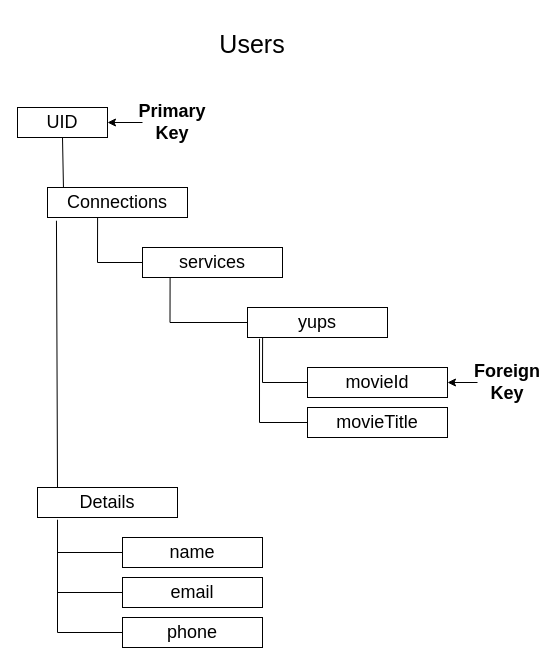
Earlier version of the draw.io diagram page "Page-1" (1 of 7) of DIagrams.drawio (mathewpenny/MovieMatchV2). Source tidied: cells renumbered, new cells numbered last; positions are measured from the earlier drawing's top-left corner, leaving out a move shared by most shapes. Both pictures are drawn from the tidied source at 100%, with x=0, y=0 at pixel (17, 17).
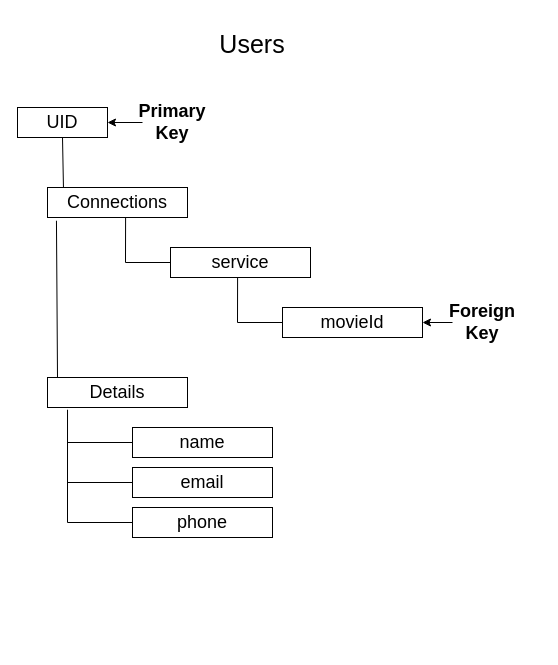
After the change.

The change refers to these unchanged cells:
```xml
<mxCell id="5" value="Connections" style="rounded=0;whiteSpace=wrap;html=1;fontSize=18;fontColor=none;" parent="1" vertex="1">
  <mxGeometry x="30" y="170" width="140" height="30" as="geometry" />
</mxCell>
```

Change to the diagram source:
```diff
@@
     <mxCell id="4" value="Details" style="rounded=0;whiteSpace=wrap;html=1;fontSize=18;fontColor=none;" parent="1" vertex="1">
-      <mxGeometry x="20" y="470" width="140" height="30" as="geometry" />
+      <mxGeometry x="30" y="360" width="140" height="30" as="geometry" />
     </mxCell>
@@
     <mxCell id="7" value="name" style="rounded=0;whiteSpace=wrap;html=1;fontSize=18;fontColor=none;" parent="1" vertex="1">
-      <mxGeometry x="105" y="520" width="140" height="30" as="geometry" />
+      <mxGeometry x="115" y="410" width="140" height="30" as="geometry" />
     </mxCell>
     <mxCell id="8" value="email" style="rounded=0;whiteSpace=wrap;html=1;fontSize=18;fontColor=none;" parent="1" vertex="1">
-      <mxGeometry x="105" y="560" width="140" height="30" as="geometry" />
+      <mxGeometry x="115" y="450" width="140" height="30" as="geometry" />
     </mxCell>
     <mxCell id="9" value="phone" style="rounded=0;whiteSpace=wrap;html=1;fontSize=18;fontColor=none;" parent="1" vertex="1">
-      <mxGeometry x="105" y="600" width="140" height="30" as="geometry" />
+      <mxGeometry x="115" y="490" width="140" height="30" as="geometry" />
     </mxCell>
     <mxCell id="10" style="endArrow=none;html=1;rounded=0;fontSize=18;fontColor=none;entryX=0.064;entryY=1.108;entryDx=0;entryDy=0;entryPerimeter=0;" parent="1" edge="1" target="5">
       <mxGeometry relative="1" as="geometry">
-        <mxPoint x="40" y="470" as="sourcePoint" />
+        <mxPoint x="40" y="360" as="sourcePoint" />
       </mxGeometry>
     </mxCell>
     <mxCell id="11" style="endArrow=none;html=1;rounded=0;fontSize=18;fontColor=none;entryX=0.143;entryY=1.075;entryDx=0;entryDy=0;entryPerimeter=0;exitX=0;exitY=0.5;exitDx=0;exitDy=0;" parent="1" edge="1" source="9" target="4">
       <mxGeometry relative="1" as="geometry">
         <Array as="points">
-          <mxPoint x="40" y="615" />
+          <mxPoint x="50" y="505" />
         </Array>
       </mxGeometry>
     </mxCell>
-    <mxCell id="12" value="services" style="rounded=0;whiteSpace=wrap;html=1;fontSize=18;fontColor=none;" parent="1" vertex="1">
-      <mxGeometry x="125" y="230" width="140" height="30" as="geometry" />
-    </mxCell>
-    <mxCell id="13" value="yups" style="rounded=0;whiteSpace=wrap;html=1;fontSize=18;fontColor=none;" parent="1" vertex="1">
-      <mxGeometry x="230" y="290" width="140" height="30" as="geometry" />
-    </mxCell>
     <mxCell id="14" value="movieId" style="rounded=0;whiteSpace=wrap;html=1;fontSize=18;fontColor=none;" parent="1" vertex="1">
-      <mxGeometry x="290" y="350" width="140" height="30" as="geometry" />
+      <mxGeometry x="265" y="290" width="140" height="30" as="geometry" />
     </mxCell>
-    <mxCell id="15" value="movieTitle" style="rounded=0;whiteSpace=wrap;html=1;fontSize=18;fontColor=none;" parent="1" vertex="1">
-      <mxGeometry x="290" y="390" width="140" height="30" as="geometry" />
-    </mxCell>
-    <mxCell id="16" style="endArrow=none;html=1;rounded=0;fontSize=18;fontColor=none;entryX=0.086;entryY=1.042;entryDx=0;entryDy=0;entryPerimeter=0;exitX=0;exitY=0.5;exitDx=0;exitDy=0;" parent="1" edge="1" source="15" target="13">
-      <mxGeometry relative="1" as="geometry">
-        <Array as="points">
-          <mxPoint x="242" y="405" />
-        </Array>
-      </mxGeometry>
-    </mxCell>
-    <mxCell id="17" style="endArrow=none;html=1;rounded=0;fontSize=18;fontColor=none;entryX=0.678;entryY=1.042;entryDx=0;entryDy=0;entryPerimeter=0;exitX=0;exitY=0.5;exitDx=0;exitDy=0;" parent="1" edge="1" source="12">
-      <mxGeometry relative="1" as="geometry">
-        <mxPoint x="80.1" y="200" as="targetPoint" />
-        <Array as="points">
-          <mxPoint x="80" y="245" />
-        </Array>
-      </mxGeometry>
-    </mxCell>
     <mxCell id="18" style="endArrow=none;html=1;rounded=0;fontSize=18;fontColor=none;entryX=0;entryY=0.5;entryDx=0;entryDy=0;" parent="1" edge="1" target="8">
       <mxGeometry relative="1" as="geometry">
-        <mxPoint x="40" y="575" as="sourcePoint" />
+        <mxPoint x="50" y="465" as="sourcePoint" />
       </mxGeometry>
     </mxCell>
     <mxCell id="19" style="endArrow=none;html=1;rounded=0;fontSize=18;fontColor=none;entryX=0;entryY=0.5;entryDx=0;entryDy=0;" parent="1" edge="1" target="7">
       <mxGeometry relative="1" as="geometry">
-        <mxPoint x="40" y="535" as="sourcePoint" />
+        <mxPoint x="50" y="425" as="sourcePoint" />
       </mxGeometry>
     </mxCell>
-    <mxCell id="20" style="endArrow=none;html=1;rounded=0;fontSize=18;fontColor=none;entryX=0.678;entryY=1.042;entryDx=0;entryDy=0;entryPerimeter=0;exitX=0;exitY=0.5;exitDx=0;exitDy=0;" parent="1" edge="1" source="13">
-      <mxGeometry relative="1" as="geometry">
-        <mxPoint x="152.6" y="260" as="targetPoint" />
-        <Array as="points">
-          <mxPoint x="152.5" y="305" />
-        </Array>
-      </mxGeometry>
-    </mxCell>
     <mxCell id="21" style="endArrow=none;html=1;rounded=0;fontSize=18;fontColor=none;entryX=0.678;entryY=1.042;entryDx=0;entryDy=0;entryPerimeter=0;exitX=0;exitY=0.5;exitDx=0;exitDy=0;" parent="1" edge="1">
       <mxGeometry relative="1" as="geometry">
-        <mxPoint x="290" y="365" as="sourcePoint" />
-        <mxPoint x="245.1" y="320" as="targetPoint" />
+        <mxPoint x="265" y="305" as="sourcePoint" />
+        <mxPoint x="220.1" y="260" as="targetPoint" />
         <Array as="points">
-          <mxPoint x="245" y="365" />
+          <mxPoint x="220" y="305" />
         </Array>
       </mxGeometry>
     </mxCell>
@@
     <mxCell id="25" value="&lt;b&gt;Foreign&lt;br&gt;Key&lt;br&gt;&lt;/b&gt;" style="text;html=1;strokeColor=none;fillColor=none;align=center;verticalAlign=middle;whiteSpace=wrap;rounded=0;fontSize=18;fontColor=none;" parent="1" vertex="1">
-      <mxGeometry x="460" y="350" width="60" height="30" as="geometry" />
+      <mxGeometry x="435" y="290" width="60" height="30" as="geometry" />
     </mxCell>
+    <mxCell id="26" value="service" style="rounded=0;whiteSpace=wrap;html=1;fontSize=18;fontColor=none;" parent="1" vertex="1">
+      <mxGeometry x="153" y="230" width="140" height="30" as="geometry" />
+    </mxCell>
+    <mxCell id="27" style="endArrow=none;html=1;rounded=0;fontSize=18;fontColor=none;entryX=0.678;entryY=1.042;entryDx=0;entryDy=0;entryPerimeter=0;exitX=0;exitY=0.5;exitDx=0;exitDy=0;" parent="1" edge="1">
+      <mxGeometry relative="1" as="geometry">
+        <mxPoint x="153" y="245" as="sourcePoint" />
+        <mxPoint x="108.1" y="200" as="targetPoint" />
+        <Array as="points">
+          <mxPoint x="108" y="245" />
+        </Array>
+      </mxGeometry>
+    </mxCell>
```
